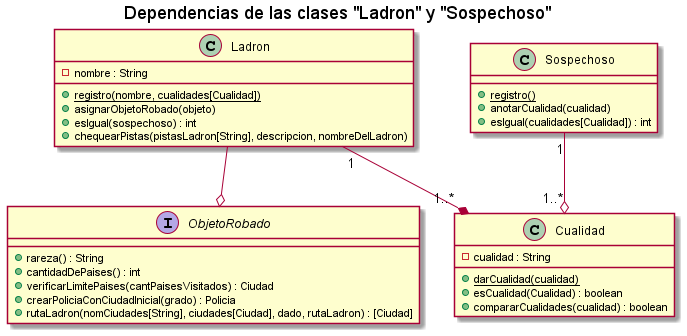
Above: diagrams/classes/entrega4/DC_ladron_y_sospechoso.png in kmu01/Algo3_tp2 (PlantUML), before the change.
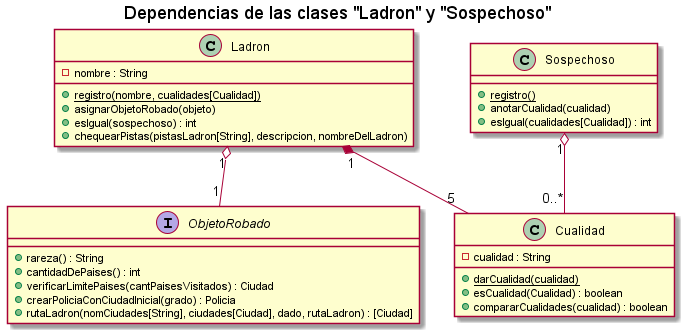
The same diagram one commit later.

The edit, as a diff of the source:
```diff
@@ -28,9 +28,9 @@
 }
 
 
-Ladron --o ObjetoRobado
-Ladron "1" --* "1..*" Cualidad
-Sospechoso "1" --o "1..*" Cualidad
+Ladron "1" o-- "1" ObjetoRobado
+Ladron "1" *-- "5" Cualidad
+Sospechoso "1" o-- "0..*" Cualidad
 
 
 
```
